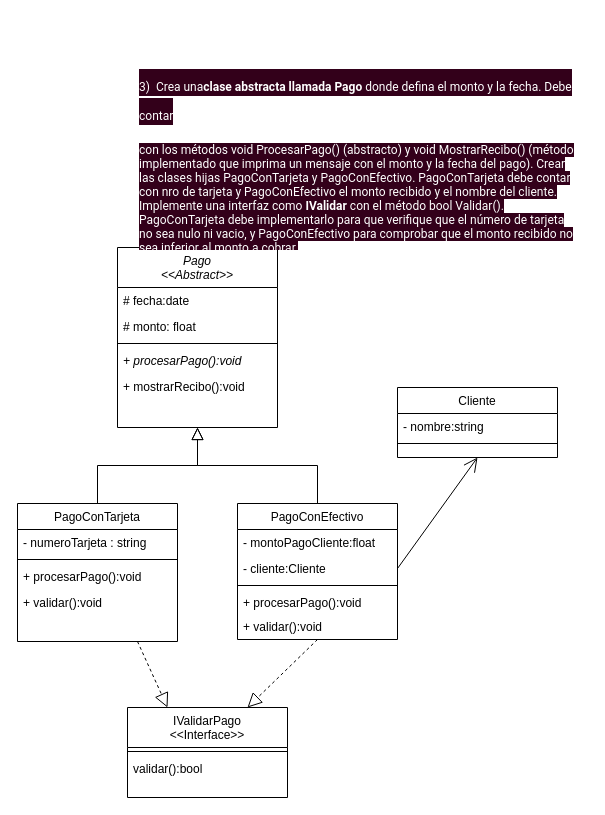
The draw.io diagram DesarrolloOrientadoObjetos/ejerciciosObligatorios6/UML/PagoAbstract.drawio in monick96/PracticeCsharp, before the edit. Source tidied: cells renumbered, new cells numbered last; positions are measured from the earlier drawing's top-left corner, leaving out a move shared by most shapes. Both pictures are drawn from the tidied source at 100%, with x=0, y=0 at pixel (17, 17).
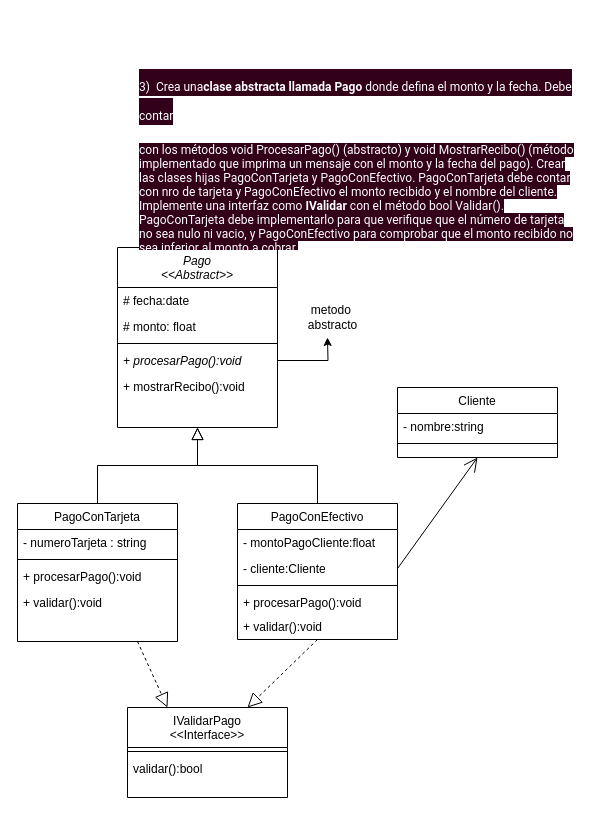
The same diagram, later.

The change refers to these unchanged cells:
```xml
<mxCell id="2" value="Pago&#10;&lt;&lt;Abstract&gt;&gt;" style="swimlane;fontStyle=2;align=center;verticalAlign=top;horizontal=1;startSize=40;rounded=0;shadow=0;strokeWidth=1;" parent="1" vertex="1">
  <mxGeometry x="100" y="230" width="160" height="180" as="geometry" />
</mxCell>
<mxCell id="6" value="+ procesarPago():void" style="text;align=left;verticalAlign=top;spacingLeft=4;spacingRight=4;overflow=hidden;points=[[0,0.5],[1,0.5]];portConstraint=eastwest;fontStyle=2;" parent="2" vertex="1">
  <mxGeometry y="100" width="160" height="26" as="geometry" />
</mxCell>
```

What changed in the source:
```diff
@@
+    <mxCell id="31" style="edgeStyle=orthogonalEdgeStyle;rounded=0;jettySize=auto;html=1;exitX=1;exitY=0.5;exitDx=0;exitDy=0;" parent="2" edge="1" source="6">
+      <mxGeometry relative="1" as="geometry">
+        <mxPoint x="210" y="90" as="targetPoint" />
+      </mxGeometry>
+    </mxCell>
@@
+    <mxCell id="32" value="metodo&amp;nbsp;&lt;div&gt;abstracto&lt;/div&gt;" style="text;html=1;align=center;verticalAlign=middle;strokeColor=none;fillColor=none;" parent="1" vertex="1">
+      <mxGeometry x="280" y="280" width="70" height="40" as="geometry" />
+    </mxCell>
```
